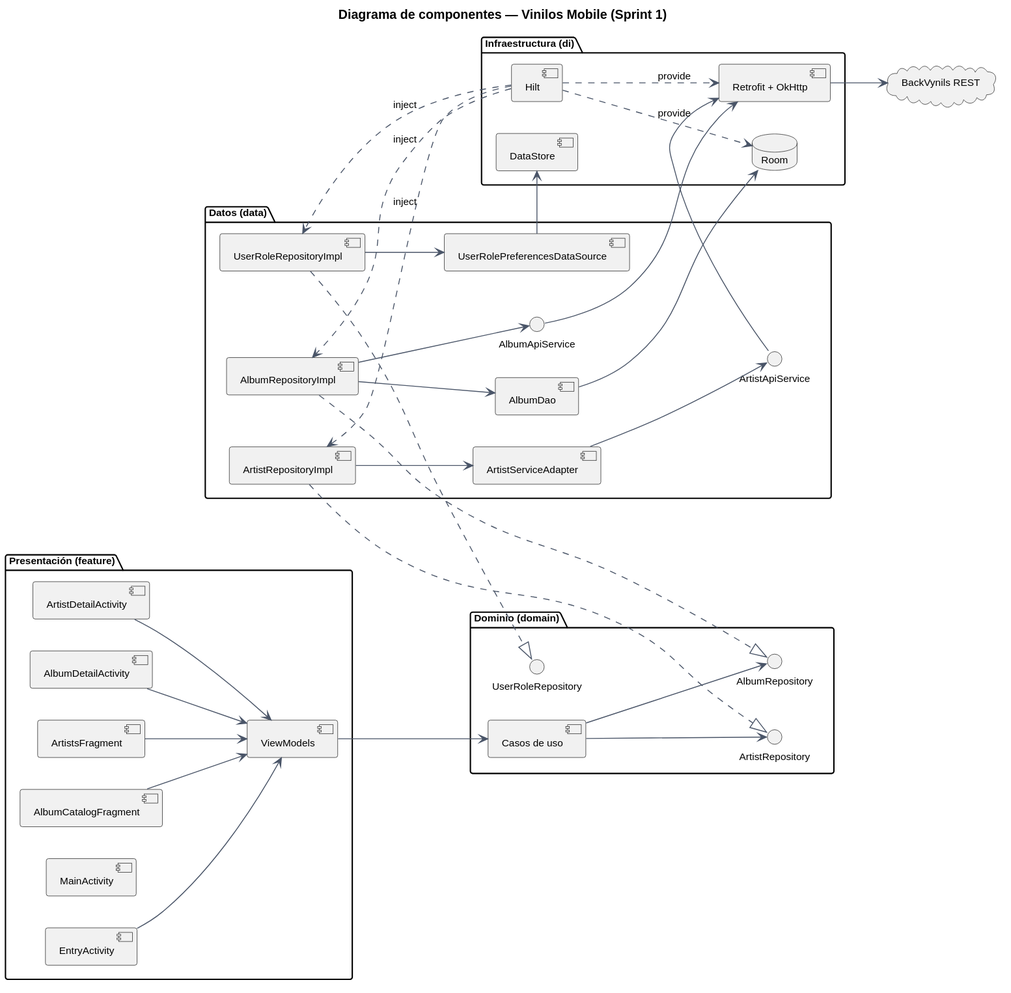
Earlier version of the PlantUML export docs/diagramas/02-componentes.svg (jhonospina2711/MISW4201-202615-Vinilos-Mobile-Grupo13).
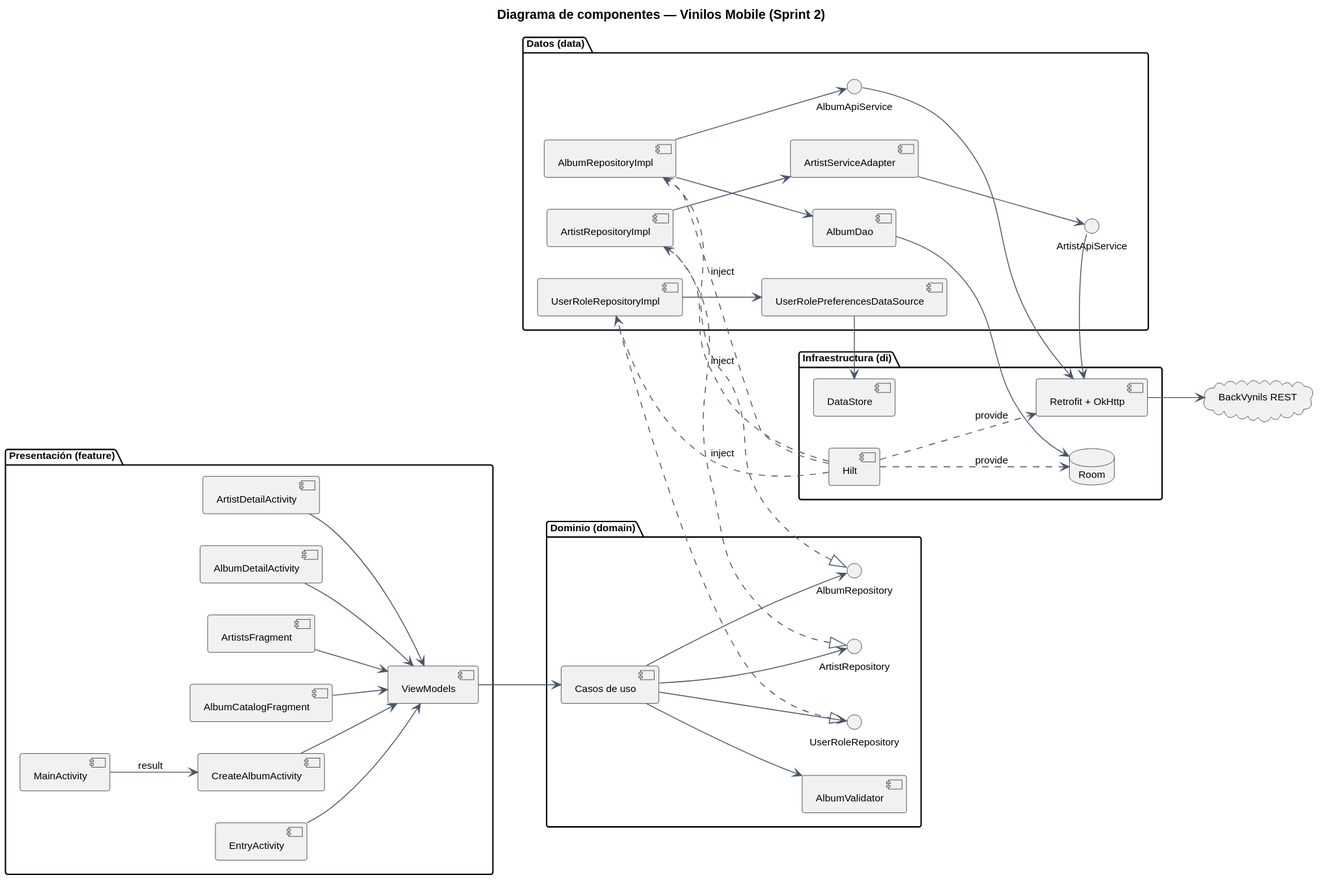
After the change.

Diff of the diagram source:
```diff
@@ -1,5 +1,5 @@
 @startuml
-title Diagrama de componentes — Vinilos Mobile (Sprint 1)
+title Diagrama de componentes — Vinilos Mobile (Sprint 2)
 skinparam componentStyle uml2
 skinparam shadowing false
 skinparam arrowColor #4A5568
@@ -13,12 +13,14 @@
   component "AlbumCatalogFragment" as fragAlbums
   component "ArtistsFragment" as fragArtists
   component "AlbumDetailActivity" as actAlbum
+  component "CreateAlbumActivity" as actCreate
   component "ArtistDetailActivity" as actArtist
   component "ViewModels" as vms
 }
 
 package "Dominio (domain)" {
   component "Casos de uso" as usecases
+  component "AlbumValidator" as validator
   interface "AlbumRepository" as IAlbumRepo
   interface "ArtistRepository" as IArtistRepo
   interface "UserRoleRepository" as IUserRoleRepo
@@ -48,11 +50,15 @@
 fragAlbums --> vms
 fragArtists --> vms
 actAlbum --> vms
+actCreate --> vms
+main --> actCreate : «result»
 actArtist --> vms
 
 vms --> usecases
 usecases --> IAlbumRepo
 usecases --> IArtistRepo
+usecases --> IUserRoleRepo
+usecases --> validator
 
 albumRepoImpl ..|> IAlbumRepo
 artistRepoImpl ..|> IArtistRepo
```
